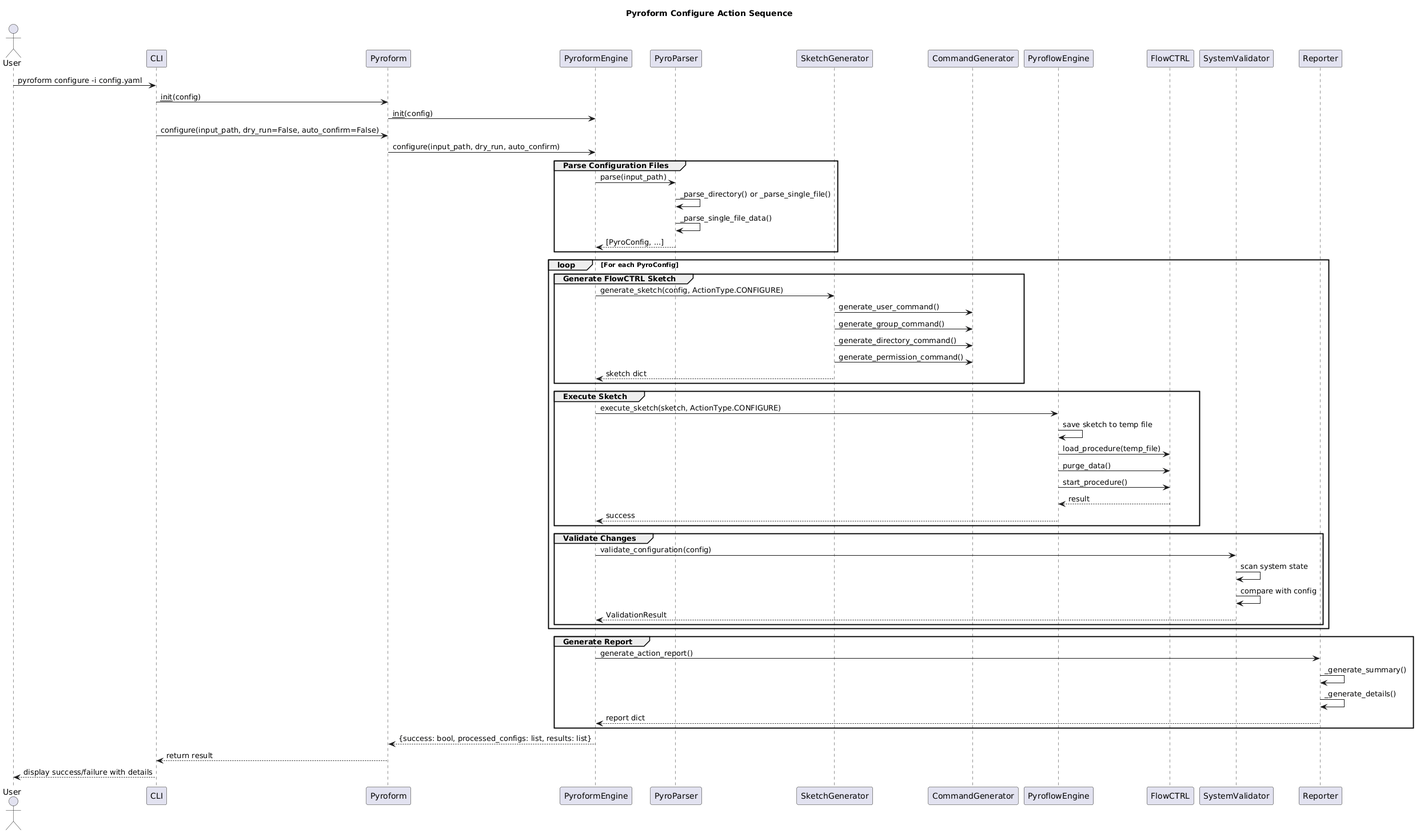
Above: pyroform/dox/Diagrams/pyroform_action_configure_sequence.png in Del-Tango/Pyroform (PlantUML), before the change.
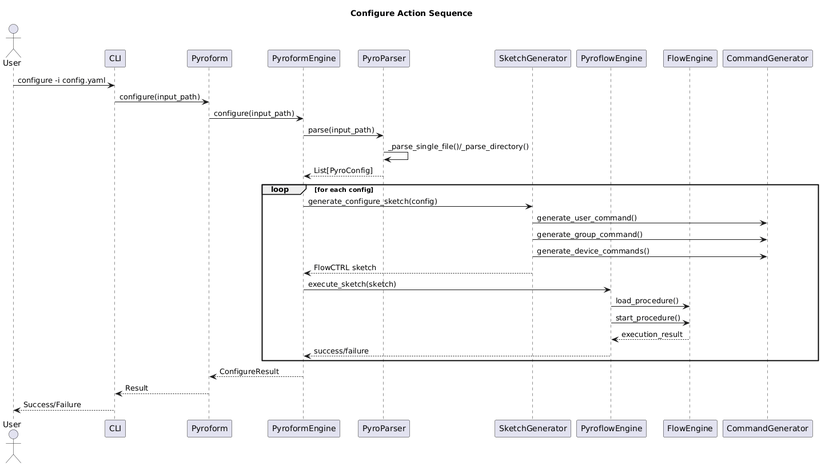
After the change.

What changed in the source:
```diff
@@ -1,5 +1,5 @@
 @startuml
-title Pyroform Configure Action Sequence
+title Configure Action Sequence
 
 actor User
 participant CLI
@@ -7,62 +7,28 @@
 participant PyroformEngine
 participant PyroParser
 participant SketchGenerator
-participant CommandGenerator
 participant PyroflowEngine
-participant FlowCTRL
-participant SystemValidator
-participant Reporter
+participant FlowEngine
 
-User -> CLI: pyroform configure -i config.yaml
-CLI -> Pyroform: __init__(config)
-Pyroform -> PyroformEngine: __init__(config)
-
-CLI -> Pyroform: configure(input_path, dry_run=False, auto_confirm=False)
-Pyroform -> PyroformEngine: configure(input_path, dry_run, auto_confirm)
-
-group Parse Configuration Files
-    PyroformEngine -> PyroParser: parse(input_path)
-    PyroParser -> PyroParser: _parse_directory() or _parse_single_file()
-    PyroParser -> PyroParser: _parse_single_file_data()
-    PyroParser --> PyroformEngine: [PyroConfig, ...]
+User -> CLI: configure -i config.yaml
+CLI -> Pyroform: configure(input_path)
+Pyroform -> PyroformEngine: configure(input_path)
+PyroformEngine -> PyroParser: parse(input_path)
+PyroParser -> PyroParser: _parse_single_file()/_parse_directory()
+PyroParser --> PyroformEngine: List[PyroConfig]
+loop for each config
+  PyroformEngine -> SketchGenerator: generate_configure_sketch(config)
+  SketchGenerator -> CommandGenerator: generate_user_command()
+  SketchGenerator -> CommandGenerator: generate_group_command()
+  SketchGenerator -> CommandGenerator: generate_device_commands()
+  SketchGenerator --> PyroformEngine: FlowCTRL sketch
+  PyroformEngine -> PyroflowEngine: execute_sketch(sketch)
+  PyroflowEngine -> FlowEngine: load_procedure()
+  PyroflowEngine -> FlowEngine: start_procedure()
+  FlowEngine --> PyroflowEngine: execution_result
+  PyroflowEngine --> PyroformEngine: success/failure
 end
-
-loop For each PyroConfig
-    group Generate FlowCTRL Sketch
-        PyroformEngine -> SketchGenerator: generate_sketch(config, ActionType.CONFIGURE)
-        SketchGenerator -> CommandGenerator: generate_user_command()
-        SketchGenerator -> CommandGenerator: generate_group_command()
-        SketchGenerator -> CommandGenerator: generate_directory_command()
-        SketchGenerator -> CommandGenerator: generate_permission_command()
-        SketchGenerator --> PyroformEngine: sketch dict
-    end
-
-    group Execute Sketch
-        PyroformEngine -> PyroflowEngine: execute_sketch(sketch, ActionType.CONFIGURE)
-        PyroflowEngine -> PyroflowEngine: save sketch to temp file
-        PyroflowEngine -> FlowCTRL: load_procedure(temp_file)
-        PyroflowEngine -> FlowCTRL: purge_data()
-        PyroflowEngine -> FlowCTRL: start_procedure()
-        FlowCTRL --> PyroflowEngine: result
-        PyroflowEngine --> PyroformEngine: success
-    end
-
-    group Validate Changes
-        PyroformEngine -> SystemValidator: validate_configuration(config)
-        SystemValidator -> SystemValidator: scan system state
-        SystemValidator -> SystemValidator: compare with config
-        SystemValidator --> PyroformEngine: ValidationResult
-    end
-end
-
-group Generate Report
-    PyroformEngine -> Reporter: generate_action_report()
-    Reporter -> Reporter: _generate_summary()
-    Reporter -> Reporter: _generate_details()
-    Reporter --> PyroformEngine: report dict
-end
-
-PyroformEngine --> Pyroform: {success: bool, processed_configs: list, results: list}
-Pyroform --> CLI: return result
-CLI --> User: display success/failure with details
+PyroformEngine --> Pyroform: ConfigureResult
+Pyroform --> CLI: Result
+CLI --> User: Success/Failure
 @enduml
```
